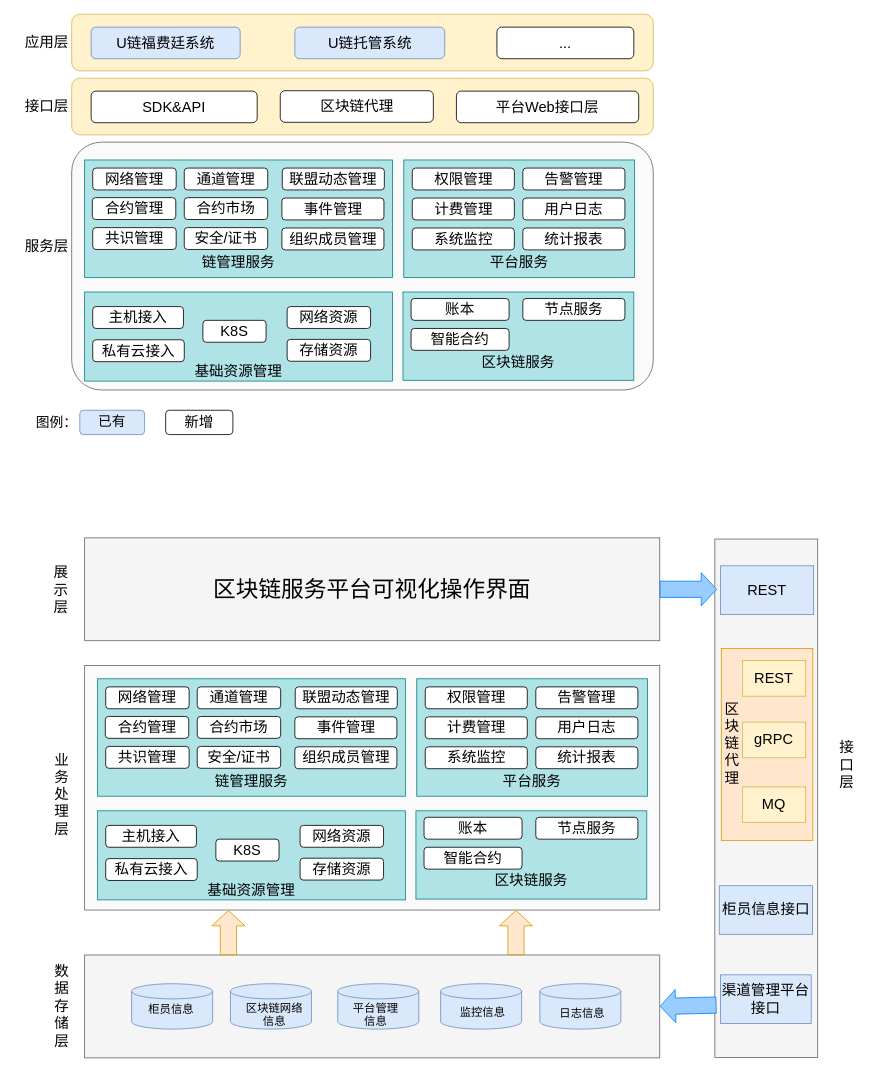
Before: repository/drawio/postb/业务功能架构图1.drawio in dilide/collections, a draw.io diagram. Source tidied: cells renumbered, new cells numbered last; positions are measured from the earlier drawing's top-left corner, leaving out a move shared by most shapes. Both pictures are drawn from the tidied source at 81%, with x=0, y=0 at pixel (14, 14).
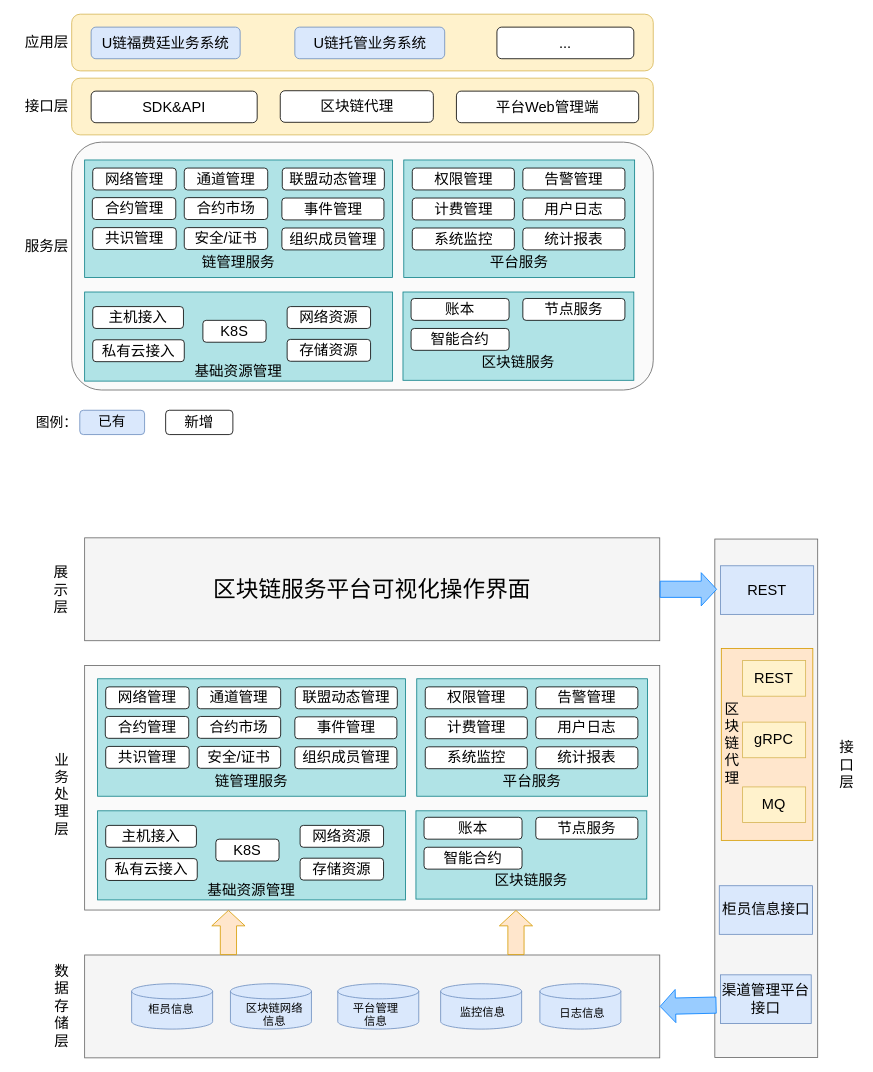
Above is the later version.

Commit message:
Update 业务功能架构图1.drawio

What changed in the source:
```diff
@@
-    <mxCell id="8" value="平台Web接口层" style="rounded=1;whiteSpace=wrap;html=1;fontSize=18;" parent="1" vertex="1">
+    <mxCell id="8" value="平台Web管理端" style="rounded=1;whiteSpace=wrap;html=1;fontSize=18;" parent="1" vertex="1">
       <mxGeometry x="546" y="95" width="225" height="39" as="geometry" />
     </mxCell>
-    <mxCell id="9" value="U链福费廷系统" style="rounded=1;whiteSpace=wrap;html=1;fontSize=18;fillColor=#dae8fc;strokeColor=#6c8ebf;" parent="1" vertex="1">
+    <mxCell id="9" value="U链福费廷业务系统" style="rounded=1;whiteSpace=wrap;html=1;fontSize=18;fillColor=#dae8fc;strokeColor=#6c8ebf;" parent="1" vertex="1">
       <mxGeometry x="95" y="16" width="184" height="39" as="geometry" />
     </mxCell>
-    <mxCell id="10" value="U链托管系统" style="rounded=1;whiteSpace=wrap;html=1;fontSize=18;fillColor=#dae8fc;strokeColor=#6c8ebf;" parent="1" vertex="1">
+    <mxCell id="10" value="U链托管业务系统" style="rounded=1;whiteSpace=wrap;html=1;fontSize=18;fillColor=#dae8fc;strokeColor=#6c8ebf;" parent="1" vertex="1">
       <mxGeometry x="346.5" y="16" width="185" height="39" as="geometry" />
     </mxCell>
```
